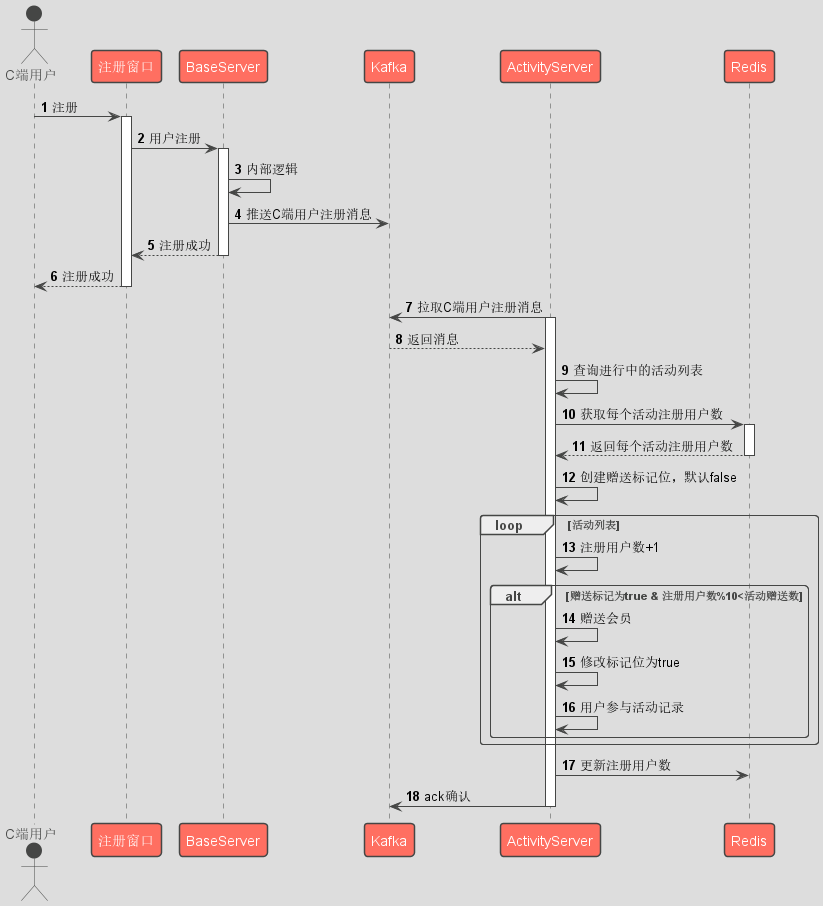
Before: demo_lean/src/main/resources/sequence/RegisterToSendMembers.png, a diagram exported from PlantUML (Awesome-GJK/LearningCodes).
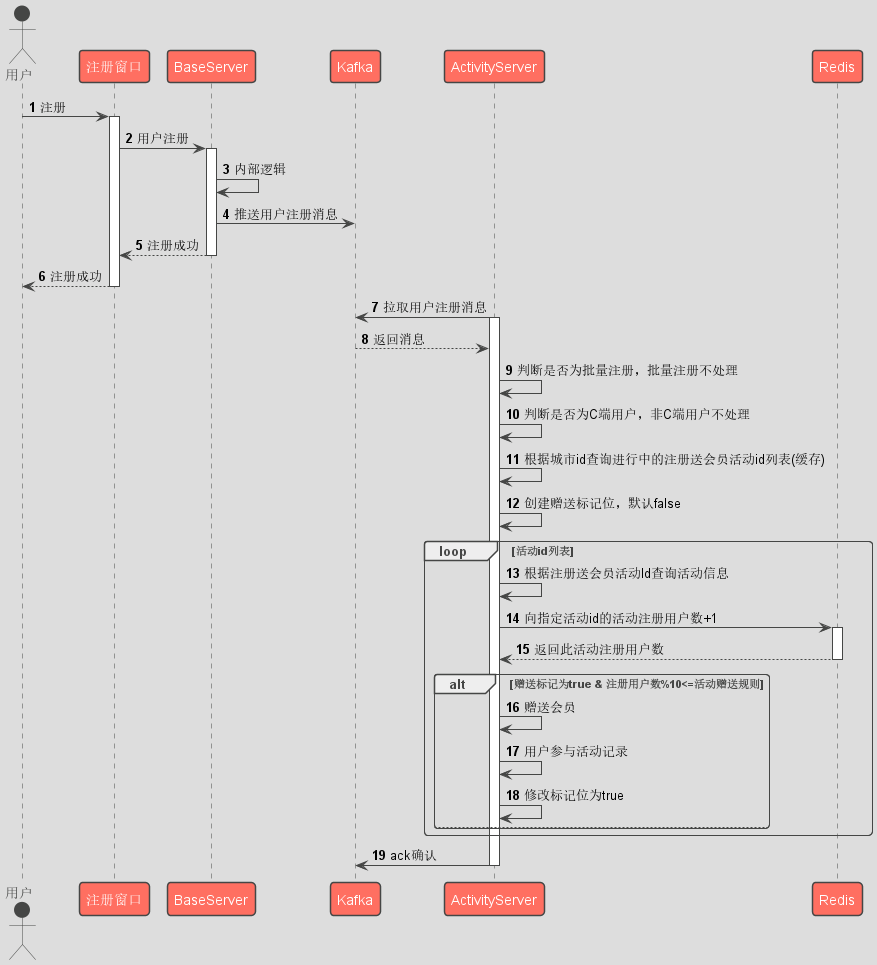
After the change.

Diff of the diagram source:
```diff
@@ -2,38 +2,38 @@
 !theme toy
 
 autonumber
-actor C端用户
-C端用户 -> 注册窗口 : 注册
+actor 用户
+用户 -> 注册窗口 : 注册
 activate 注册窗口
 注册窗口 -> BaseServer:用户注册
 activate BaseServer
 BaseServer -> BaseServer: 内部逻辑
-BaseServer -> Kafka: 推送C端用户注册消息
+BaseServer -> Kafka: 推送用户注册消息
 BaseServer --> 注册窗口: 注册成功
 deactivate BaseServer
-注册窗口 --> C端用户: 注册成功
+注册窗口 --> 用户: 注册成功
 deactivate 注册窗口
 
-ActivityServer -> Kafka: 拉取C端用户注册消息
+ActivityServer -> Kafka: 拉取用户注册消息
 activate ActivityServer
 Kafka --> ActivityServer: 返回消息
-ActivityServer -> ActivityServer: 查询进行中的活动列表
-ActivityServer -> Redis : 获取每个活动注册用户数
+ActivityServer -> ActivityServer: 判断是否为批量注册，批量注册不处理
+ActivityServer -> ActivityServer: 判断是否为C端用户，非C端用户不处理
+ActivityServer -> ActivityServer: 根据城市id查询进行中的注册送会员活动id列表(缓存)
+ActivityServer -> ActivityServer: 创建赠送标记位，默认false
+loop 活动id列表
+ActivityServer -> ActivityServer: 根据注册送会员活动Id查询活动信息
+ActivityServer -> Redis: 向指定活动id的活动注册用户数+1
 activate Redis
-Redis --> ActivityServer: 返回每个活动注册用户数
+Redis --> ActivityServer: 返回此活动注册用户数
 deactivate Redis
-ActivityServer -> ActivityServer: 创建赠送标记位，默认false
-loop 活动列表
-ActivityServer -> ActivityServer: 注册用户数+1
-alt 赠送标记为true & 注册用户数%10<活动赠送数
+alt 赠送标记为true & 注册用户数%10<=活动赠送规则
 ActivityServer -> ActivityServer: 赠送会员
+ActivityServer -> ActivityServer: 用户参与活动记录
 ActivityServer -> ActivityServer: 修改标记位为true
-ActivityServer -> ActivityServer: 用户参与活动记录
+else
 end
 end
-activate Redis
-ActivityServer -> Redis: 更新注册用户数
-deactivate Redis
 ActivityServer -> Kafka: ack确认
 deactivate ActivityServer
 
```
